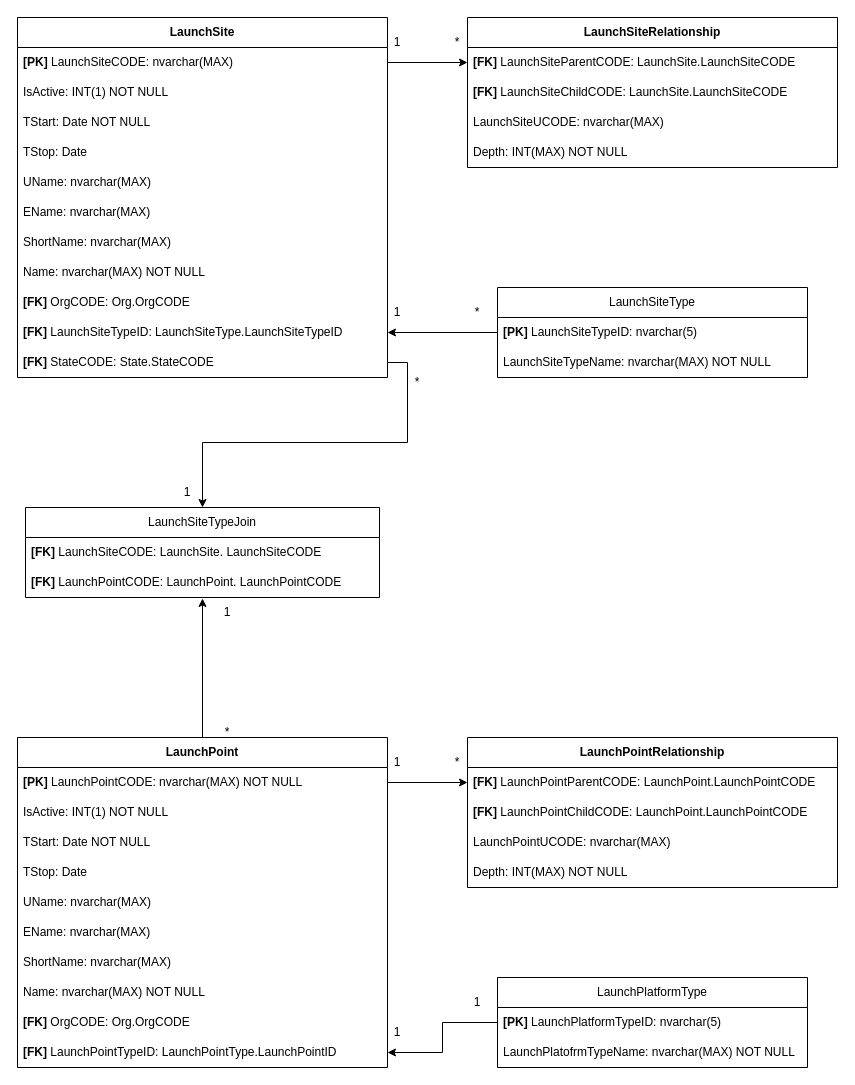
Earlier version of the draw.io diagram doc/GCAT.Launch.drawio (cosmicshuttle/GCAT.NET). Source tidied: cells renumbered, new cells numbered last; positions are measured from the earlier drawing's top-left corner, leaving out a move shared by most shapes. Both pictures are drawn from the tidied source at 100%, with x=0, y=0 at pixel (17, 17).
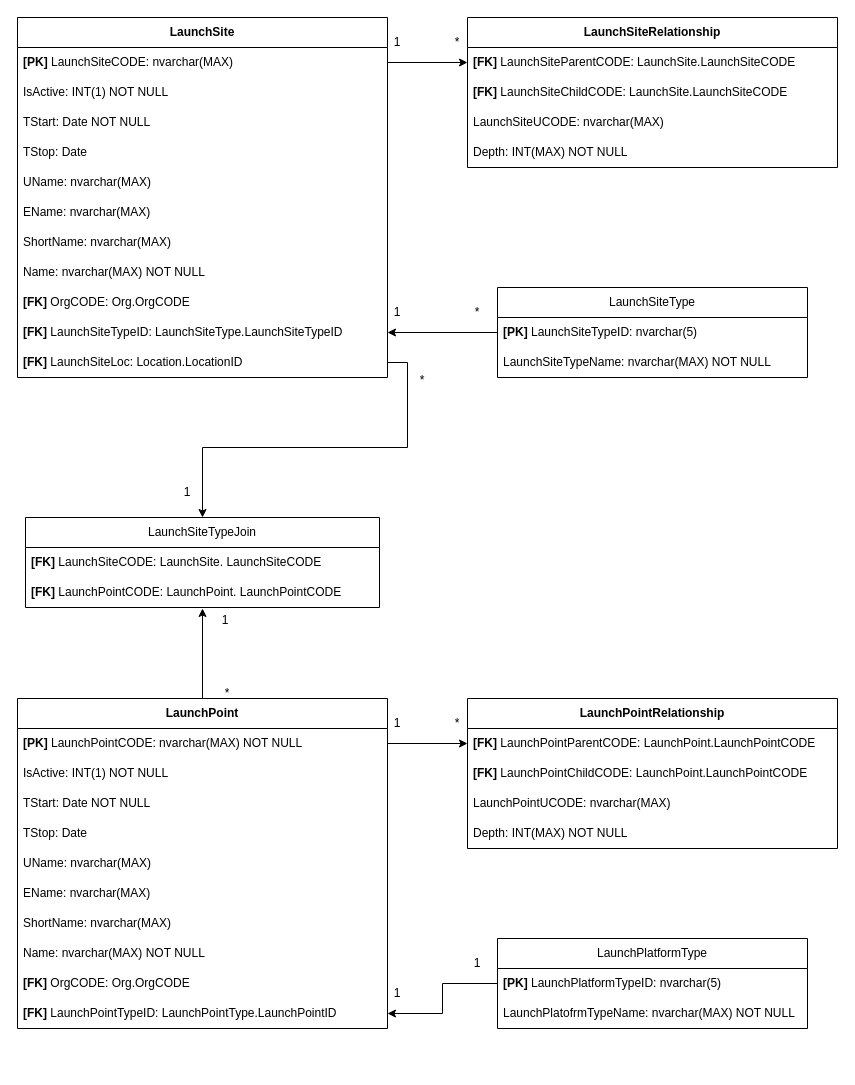
The same page after the edit.

Commit message (it also covers changes not shown here):
Location and reference update

Unchanged cells that the change refers to:
```xml
<mxCell id="2" value="&lt;b&gt;LaunchSite&lt;/b&gt;" style="swimlane;fontStyle=0;horizontal=1;startSize=30;whiteSpace=wrap;html=1;" parent="1" vertex="1">
  <mxGeometry width="370" height="360" as="geometry" />
</mxCell>
```

Diff of the diagram source:
```diff
@@
-    <mxCell id="13" value="&lt;b&gt;[FK] &lt;/b&gt;StateCODE: State.StateCODE" style="text;strokeColor=none;fillColor=none;align=left;verticalAlign=middle;spacingLeft=4;spacingRight=4;overflow=hidden;points=[[0,0.5],[1,0.5]];portConstraint=eastwest;whiteSpace=wrap;html=1;" parent="2" vertex="1">
-      <mxGeometry y="330" width="370" height="30" as="geometry" />
-    </mxCell>
+    <mxCell id="62" value="&lt;span style=&quot;font-weight: bold;&quot;&gt;[FK] &lt;/span&gt;LaunchSiteLoc: Location.LocationID" style="text;strokeColor=none;fillColor=none;align=left;verticalAlign=middle;spacingLeft=4;spacingRight=4;overflow=hidden;points=[[0,0.5],[1,0.5]];portConstraint=eastwest;whiteSpace=wrap;html=1;" parent="2" vertex="1">
+      <mxGeometry y="330" width="370" height="30" as="geometry" />
+    </mxCell>
     <mxCell id="14" value="&lt;b&gt;LaunchPoint&lt;/b&gt;" style="swimlane;fontStyle=0;horizontal=1;startSize=30;whiteSpace=wrap;html=1;" parent="1" vertex="1">
-      <mxGeometry y="720" width="370" height="330" as="geometry" />
+      <mxGeometry y="681" width="370" height="330" as="geometry" />
     </mxCell>
@@
     <mxCell id="25" value="LaunchPlatformType" style="swimlane;fontStyle=0;horizontal=1;startSize=30;whiteSpace=wrap;html=1;" parent="1" vertex="1">
-      <mxGeometry x="480" y="960" width="310" height="90" as="geometry" />
+      <mxGeometry x="480" y="921" width="310" height="90" as="geometry" />
     </mxCell>
@@
     <mxCell id="36" value="&lt;b&gt;LaunchPointRelationship&lt;/b&gt;" style="swimlane;fontStyle=0;horizontal=1;startSize=30;whiteSpace=wrap;html=1;" parent="1" vertex="1">
-      <mxGeometry x="450" y="720" width="370" height="150" as="geometry" />
+      <mxGeometry x="450" y="681" width="370" height="150" as="geometry" />
     </mxCell>
@@
     <mxCell id="47" value="1" style="text;html=1;whiteSpace=wrap;strokeColor=none;fillColor=none;align=center;verticalAlign=middle;rounded=0;" parent="1" vertex="1">
-      <mxGeometry x="350" y="730" width="60" height="30" as="geometry" />
+      <mxGeometry x="350" y="691" width="60" height="30" as="geometry" />
     </mxCell>
     <mxCell id="48" value="*" style="text;html=1;whiteSpace=wrap;strokeColor=none;fillColor=none;align=center;verticalAlign=middle;rounded=0;" parent="1" vertex="1">
-      <mxGeometry x="410" y="730" width="60" height="30" as="geometry" />
+      <mxGeometry x="410" y="691" width="60" height="30" as="geometry" />
     </mxCell>
     <mxCell id="49" value="1" style="text;html=1;whiteSpace=wrap;strokeColor=none;fillColor=none;align=center;verticalAlign=middle;rounded=0;" parent="1" vertex="1">
-      <mxGeometry x="350" y="1000" width="60" height="30" as="geometry" />
+      <mxGeometry x="350" y="961" width="60" height="30" as="geometry" />
     </mxCell>
     <mxCell id="50" value="1" style="text;html=1;whiteSpace=wrap;strokeColor=none;fillColor=none;align=center;verticalAlign=middle;rounded=0;" parent="1" vertex="1">
-      <mxGeometry x="430" y="970" width="60" height="30" as="geometry" />
+      <mxGeometry x="430" y="931" width="60" height="30" as="geometry" />
     </mxCell>
     <mxCell id="51" value="LaunchSiteTypeJoin" style="swimlane;fontStyle=0;horizontal=1;startSize=30;whiteSpace=wrap;html=1;" parent="1" vertex="1">
-      <mxGeometry x="8" y="490" width="354" height="90" as="geometry" />
+      <mxGeometry x="8" y="500" width="354" height="90" as="geometry" />
     </mxCell>
@@
-    <mxCell id="55" style="edgeStyle=orthogonalEdgeStyle;rounded=0;jettySize=auto;html=1;exitX=1;exitY=0.5;exitDx=0;exitDy=0;entryX=0.5;entryY=0;entryDx=0;entryDy=0;" parent="1" edge="1" source="13" target="51">
-      <mxGeometry relative="1" as="geometry" />
-    </mxCell>
     <mxCell id="56" value="*" style="text;html=1;whiteSpace=wrap;strokeColor=none;fillColor=none;align=center;verticalAlign=middle;rounded=0;" parent="1" vertex="1">
-      <mxGeometry x="180" y="700" width="60" height="30" as="geometry" />
+      <mxGeometry x="180" y="661" width="60" height="30" as="geometry" />
     </mxCell>
     <mxCell id="57" value="*" style="text;html=1;whiteSpace=wrap;strokeColor=none;fillColor=none;align=center;verticalAlign=middle;rounded=0;" parent="1" vertex="1">
-      <mxGeometry x="370" y="350" width="60" height="30" as="geometry" />
+      <mxGeometry x="375" y="348" width="60" height="30" as="geometry" />
     </mxCell>
@@
     <mxCell id="59" value="1" style="text;html=1;whiteSpace=wrap;strokeColor=none;fillColor=none;align=center;verticalAlign=middle;rounded=0;" parent="1" vertex="1">
-      <mxGeometry x="180" y="580" width="60" height="30" as="geometry" />
+      <mxGeometry x="178" y="588" width="60" height="30" as="geometry" />
     </mxCell>
@@
+    <mxCell id="63" style="edgeStyle=orthogonalEdgeStyle;rounded=0;jettySize=auto;html=1;exitX=1;exitY=0.5;exitDx=0;exitDy=0;entryX=0.5;entryY=0;entryDx=0;entryDy=0;" parent="1" edge="1" source="62" target="51">
+      <mxGeometry relative="1" as="geometry" />
+    </mxCell>
```
